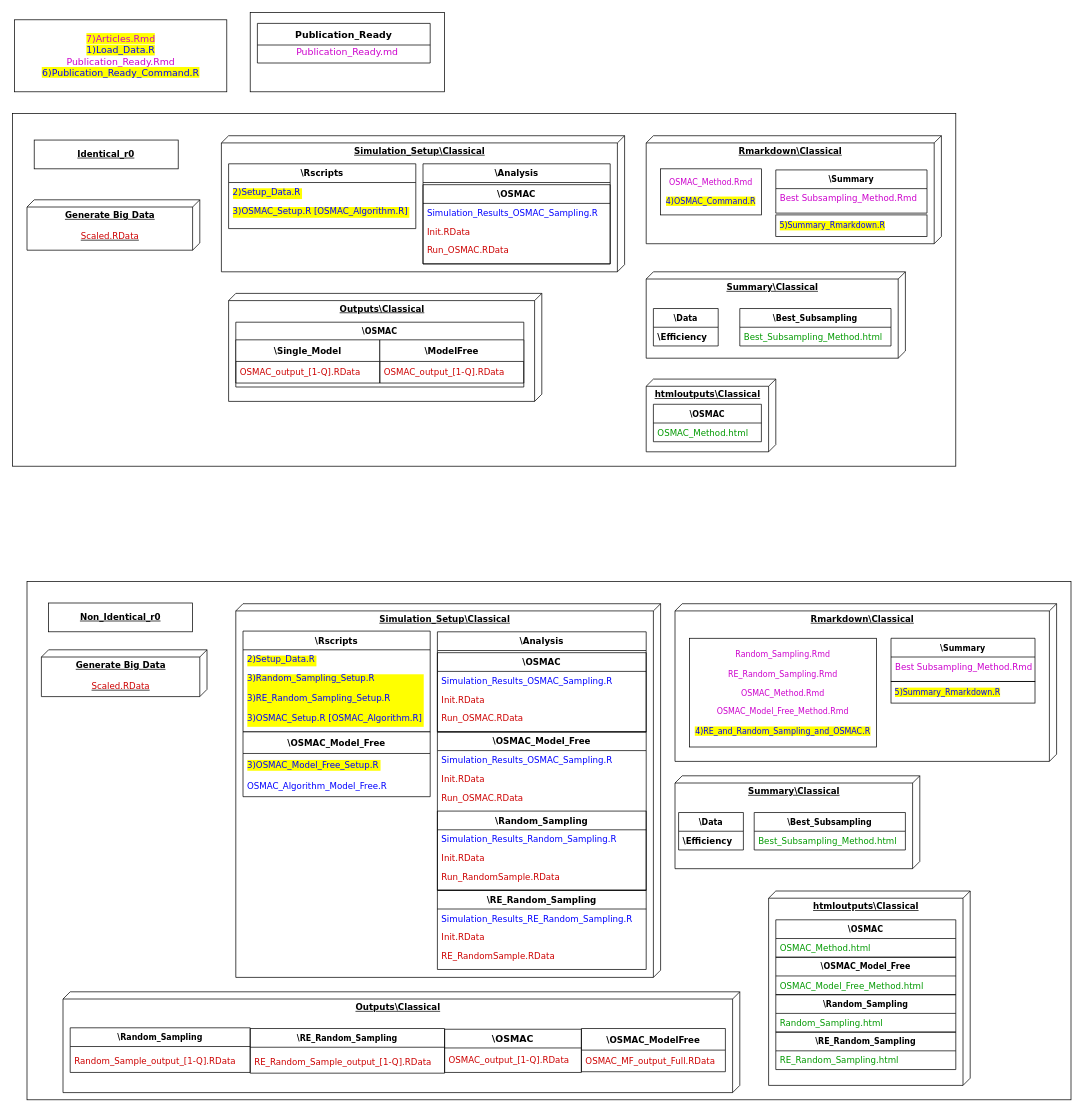
Earlier version of the draw.io diagram Images/Brief_FullDiagram.drawio (Amalan-ConStat/RM_AM_MF_LR_RWS_NYC_Taxi_Fare_2013_Full). Source tidied: cells renumbered, new cells numbered last; positions are measured from the earlier drawing's top-left corner, leaving out a move shared by most shapes. Both pictures are drawn from the tidied source at 72%, with x=0, y=0 at pixel (12, 12).
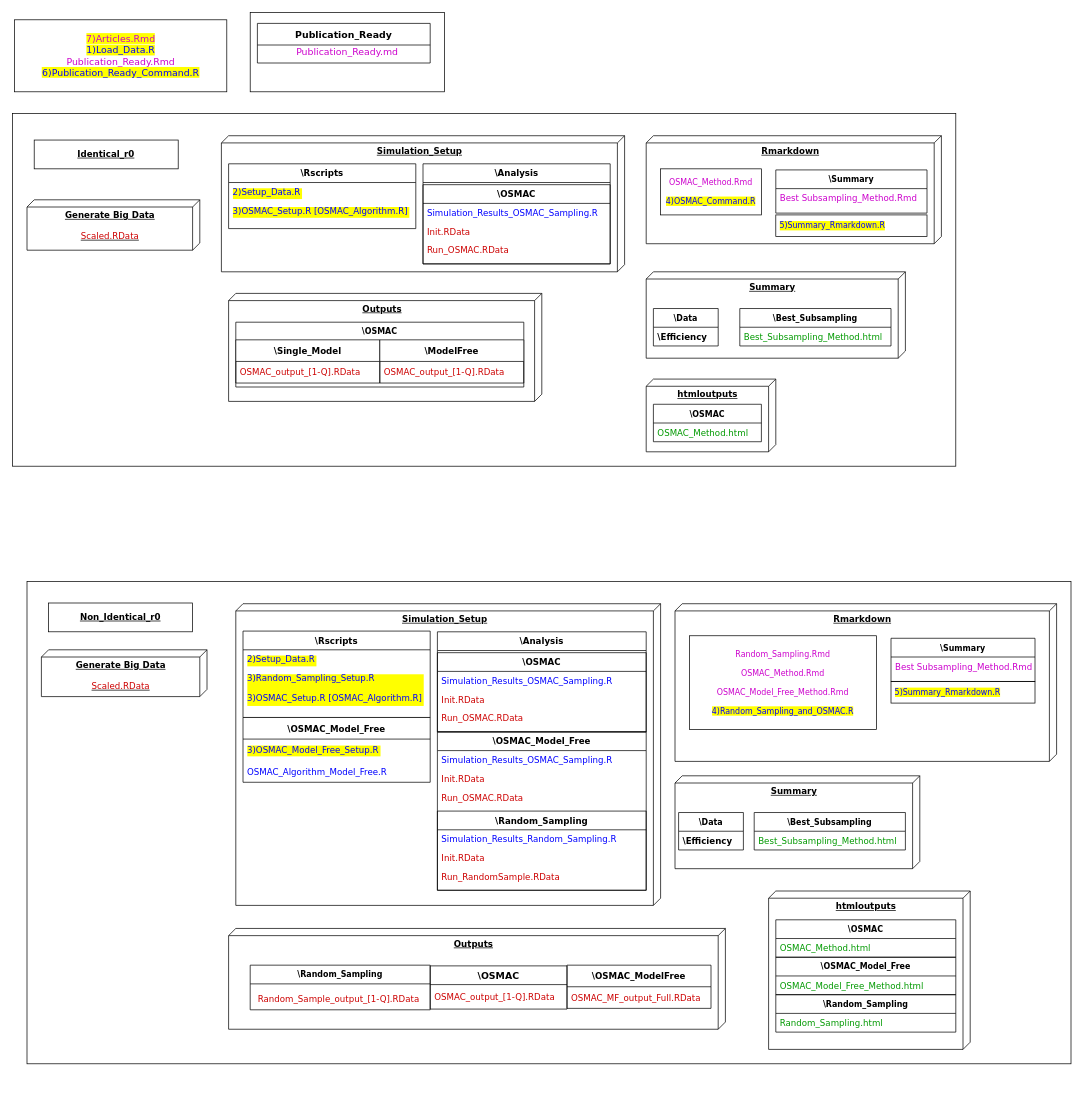
The same page after the edit.

The edit, as a diff of the source:
```diff
@@
     <mxCell id="3" style="rounded=0;whiteSpace=wrap;html=1;fontFamily=Verdana;fontSize=13;fontColor=#000000;" parent="1" vertex="1">
-      <mxGeometry x="20" y="790" width="1450" height="720" as="geometry" />
+      <mxGeometry x="20" y="790" width="1450" height="670" as="geometry" />
     </mxCell>
@@
-    <mxCell id="6" value="htmloutputs\Classical&lt;br&gt;&lt;br&gt;" style="verticalAlign=top;align=center;spacingTop=8;spacingLeft=2;spacingRight=12;shape=cube;size=10;direction=south;fontStyle=5;html=1;rounded=0;shadow=0;comic=0;labelBackgroundColor=none;strokeWidth=1;fontFamily=Verdana;fontSize=12;" parent="1" vertex="1">
+    <mxCell id="6" value="htmloutputs&lt;br&gt;&lt;br&gt;" style="verticalAlign=top;align=center;spacingTop=8;spacingLeft=2;spacingRight=12;shape=cube;size=10;direction=south;fontStyle=5;html=1;rounded=0;shadow=0;comic=0;labelBackgroundColor=none;strokeWidth=1;fontFamily=Verdana;fontSize=12;" parent="1" vertex="1">
       <mxGeometry x="880" y="509" width="180" height="101" as="geometry" />
     </mxCell>
-    <mxCell id="7" value="Outputs\Classical" style="verticalAlign=top;align=center;spacingTop=8;spacingLeft=2;spacingRight=12;shape=cube;size=10;direction=south;fontStyle=5;html=1;rounded=0;shadow=0;comic=0;labelBackgroundColor=none;strokeWidth=1;fontFamily=Verdana;fontSize=12;" parent="1" vertex="1">
+    <mxCell id="7" value="Outputs" style="verticalAlign=top;align=center;spacingTop=8;spacingLeft=2;spacingRight=12;shape=cube;size=10;direction=south;fontStyle=5;html=1;rounded=0;shadow=0;comic=0;labelBackgroundColor=none;strokeWidth=1;fontFamily=Verdana;fontSize=12;" parent="1" vertex="1">
       <mxGeometry x="300" y="390" width="435" height="150" as="geometry" />
     </mxCell>
-    <mxCell id="8" value="&lt;b&gt;Rmarkdown\Classical&lt;/b&gt;" style="verticalAlign=top;align=center;spacingTop=8;spacingLeft=2;spacingRight=12;shape=cube;size=10;direction=south;fontStyle=4;html=1;rounded=0;shadow=0;comic=0;labelBackgroundColor=none;strokeWidth=1;fontFamily=Verdana;fontSize=12;" parent="1" vertex="1">
+    <mxCell id="8" value="&lt;b&gt;Rmarkdown&lt;/b&gt;" style="verticalAlign=top;align=center;spacingTop=8;spacingLeft=2;spacingRight=12;shape=cube;size=10;direction=south;fontStyle=4;html=1;rounded=0;shadow=0;comic=0;labelBackgroundColor=none;strokeWidth=1;fontFamily=Verdana;fontSize=12;" parent="1" vertex="1">
       <mxGeometry x="880" y="171" width="410" height="150" as="geometry" />
     </mxCell>
-    <mxCell id="9" value="Simulation_Setup\Classical" style="verticalAlign=top;align=center;spacingTop=8;spacingLeft=2;spacingRight=12;shape=cube;size=10;direction=south;fontStyle=5;html=1;rounded=0;shadow=0;comic=0;labelBackgroundColor=none;strokeWidth=1;fontFamily=Verdana;fontSize=12;" parent="1" vertex="1">
+    <mxCell id="9" value="Simulation_Setup" style="verticalAlign=top;align=center;spacingTop=8;spacingLeft=2;spacingRight=12;shape=cube;size=10;direction=south;fontStyle=5;html=1;rounded=0;shadow=0;comic=0;labelBackgroundColor=none;strokeWidth=1;fontFamily=Verdana;fontSize=12;" parent="1" vertex="1">
       <mxGeometry x="290" y="171" width="560" height="189" as="geometry" />
     </mxCell>
-    <mxCell id="10" value="&lt;b&gt;Summary\Classical&lt;/b&gt;" style="verticalAlign=top;align=center;spacingTop=8;spacingLeft=2;spacingRight=12;shape=cube;size=10;direction=south;fontStyle=4;html=1;rounded=0;shadow=0;comic=0;labelBackgroundColor=none;strokeWidth=1;fontFamily=Verdana;fontSize=12;" parent="1" vertex="1">
+    <mxCell id="10" value="&lt;b&gt;Summary&lt;/b&gt;" style="verticalAlign=top;align=center;spacingTop=8;spacingLeft=2;spacingRight=12;shape=cube;size=10;direction=south;fontStyle=4;html=1;rounded=0;shadow=0;comic=0;labelBackgroundColor=none;strokeWidth=1;fontFamily=Verdana;fontSize=12;" parent="1" vertex="1">
       <mxGeometry x="880" y="360" width="360" height="120" as="geometry" />
     </mxCell>
@@
-    <mxCell id="34" value="htmloutputs\Classical&lt;br&gt;&lt;br&gt;" style="verticalAlign=top;align=center;spacingTop=8;spacingLeft=2;spacingRight=12;shape=cube;size=10;direction=south;fontStyle=5;html=1;rounded=0;shadow=0;comic=0;labelBackgroundColor=none;strokeWidth=1;fontFamily=Verdana;fontSize=12;" parent="1" vertex="1">
-      <mxGeometry x="1050" y="1220" width="280" height="270" as="geometry" />
+    <mxCell id="34" value="htmloutputs&lt;br&gt;" style="verticalAlign=top;align=center;spacingTop=8;spacingLeft=2;spacingRight=12;shape=cube;size=10;direction=south;fontStyle=5;html=1;rounded=0;shadow=0;comic=0;labelBackgroundColor=none;strokeWidth=1;fontFamily=Verdana;fontSize=12;" parent="1" vertex="1">
+      <mxGeometry x="1050" y="1220" width="280" height="220" as="geometry" />
     </mxCell>
-    <mxCell id="35" value="Outputs\Classical" style="verticalAlign=top;align=center;spacingTop=8;spacingLeft=2;spacingRight=12;shape=cube;size=10;direction=south;fontStyle=5;html=1;rounded=0;shadow=0;comic=0;labelBackgroundColor=none;strokeWidth=1;fontFamily=Verdana;fontSize=12;" parent="1" vertex="1">
-      <mxGeometry x="70" y="1360" width="940" height="140" as="geometry" />
+    <mxCell id="35" value="Outputs" style="verticalAlign=top;align=center;spacingTop=8;spacingLeft=2;spacingRight=12;shape=cube;size=10;direction=south;fontStyle=5;html=1;rounded=0;shadow=0;comic=0;labelBackgroundColor=none;strokeWidth=1;fontFamily=Verdana;fontSize=12;" parent="1" vertex="1">
+      <mxGeometry x="300" y="1272" width="690" height="140" as="geometry" />
     </mxCell>
-    <mxCell id="36" value="&lt;b&gt;Rmarkdown\Classical&lt;/b&gt;" style="verticalAlign=top;align=center;spacingTop=8;spacingLeft=2;spacingRight=12;shape=cube;size=10;direction=south;fontStyle=4;html=1;rounded=0;shadow=0;comic=0;labelBackgroundColor=none;strokeWidth=1;fontFamily=Verdana;fontSize=12;" parent="1" vertex="1">
+    <mxCell id="36" value="&lt;b&gt;Rmarkdown&lt;/b&gt;" style="verticalAlign=top;align=center;spacingTop=8;spacingLeft=2;spacingRight=12;shape=cube;size=10;direction=south;fontStyle=4;html=1;rounded=0;shadow=0;comic=0;labelBackgroundColor=none;strokeWidth=1;fontFamily=Verdana;fontSize=12;" parent="1" vertex="1">
       <mxGeometry x="920" y="821" width="530" height="219" as="geometry" />
     </mxCell>
-    <mxCell id="37" value="Simulation_Setup\Classical" style="verticalAlign=top;align=center;spacingTop=8;spacingLeft=2;spacingRight=12;shape=cube;size=10;direction=south;fontStyle=5;html=1;rounded=0;shadow=0;comic=0;labelBackgroundColor=none;strokeWidth=1;fontFamily=Verdana;fontSize=12;" parent="1" vertex="1">
-      <mxGeometry x="310" y="821" width="590" height="519" as="geometry" />
+    <mxCell id="37" value="Simulation_Setup" style="verticalAlign=top;align=center;spacingTop=8;spacingLeft=2;spacingRight=12;shape=cube;size=10;direction=south;fontStyle=5;html=1;rounded=0;shadow=0;comic=0;labelBackgroundColor=none;strokeWidth=1;fontFamily=Verdana;fontSize=12;" parent="1" vertex="1">
+      <mxGeometry x="310" y="821" width="590" height="419" as="geometry" />
     </mxCell>
-    <mxCell id="38" value="&lt;b&gt;Summary\Classical&lt;/b&gt;" style="verticalAlign=top;align=center;spacingTop=8;spacingLeft=2;spacingRight=12;shape=cube;size=10;direction=south;fontStyle=4;html=1;rounded=0;shadow=0;comic=0;labelBackgroundColor=none;strokeWidth=1;fontFamily=Verdana;fontSize=12;" parent="1" vertex="1">
+    <mxCell id="38" value="&lt;b&gt;Summary&lt;/b&gt;" style="verticalAlign=top;align=center;spacingTop=8;spacingLeft=2;spacingRight=12;shape=cube;size=10;direction=south;fontStyle=4;html=1;rounded=0;shadow=0;comic=0;labelBackgroundColor=none;strokeWidth=1;fontFamily=Verdana;fontSize=12;" parent="1" vertex="1">
       <mxGeometry x="920" y="1060" width="340" height="129" as="geometry" />
     </mxCell>
     <mxCell id="39" value="\Rscripts" style="swimlane;fontStyle=1;horizontal=1;startSize=26;fontFamily=Verdana;" parent="1" vertex="1">
-      <mxGeometry x="320" y="859" width="260" height="140" as="geometry" />
+      <mxGeometry x="320" y="859" width="260" height="120" as="geometry" />
     </mxCell>
@@
-    <mxCell id="41" value="3)Random_Sampling_Setup.R&#10;&#10;3)RE_Random_Sampling_Setup.R&#10;&#10;3)OSMAC_Setup.R [OSMAC_Algorithm.R]&#10;" style="text;strokeColor=none;fillColor=none;align=left;verticalAlign=top;spacingLeft=4;spacingRight=4;overflow=hidden;fontColor=#0000FF;fontFamily=Verdana;labelBackgroundColor=#FFFF00;" parent="39" vertex="1">
-      <mxGeometry y="52" width="260" height="88" as="geometry" />
+    <mxCell id="41" value="3)Random_Sampling_Setup.R&#10;&#10;3)OSMAC_Setup.R [OSMAC_Algorithm.R]&#10;" style="text;strokeColor=none;fillColor=none;align=left;verticalAlign=top;spacingLeft=4;spacingRight=4;overflow=hidden;fontColor=#0000FF;fontFamily=Verdana;labelBackgroundColor=#FFFF00;" parent="39" vertex="1">
+      <mxGeometry y="52" width="260" height="68" as="geometry" />
     </mxCell>
@@
-    <mxCell id="43" value="&lt;font color=&quot;#cc00cc&quot;&gt;Random_Sampling.Rmd&lt;br&gt;&lt;br&gt;&lt;/font&gt;&lt;span style=&quot;color: rgb(204 , 0 , 204)&quot;&gt;RE_Random_Sampling.Rmd&lt;/span&gt;&lt;font color=&quot;#cc00cc&quot;&gt;&lt;br&gt;&lt;br&gt;OSMAC_Method.Rmd&lt;br&gt;&lt;br&gt;OSMAC_Model_Free_Method.Rmd&lt;br&gt;&lt;/font&gt;&lt;br&gt;&lt;font style=&quot;background-color: rgb(255, 255, 0);&quot; color=&quot;#0000ff&quot;&gt;4)RE_and_Random_Sampling_and_OSMAC.R&lt;/font&gt;" style="whiteSpace=wrap;html=1;fontSize=11;fontColor=#000000;strokeColor=#000000;fillColor=none;align=center;fontFamily=Verdana;" parent="1" vertex="1">
-      <mxGeometry x="940" y="869" width="260" height="151" as="geometry" />
+    <mxCell id="43" value="&lt;font color=&quot;#cc00cc&quot;&gt;Random_Sampling.Rmd&lt;/font&gt;&lt;font color=&quot;#cc00cc&quot;&gt;&lt;br&gt;&lt;br&gt;OSMAC_Method.Rmd&lt;br&gt;&lt;br&gt;OSMAC_Model_Free_Method.Rmd&lt;br&gt;&lt;/font&gt;&lt;br&gt;&lt;font style=&quot;background-color: rgb(255, 255, 0);&quot; color=&quot;#0000ff&quot;&gt;4)Random_Sampling_and_OSMAC.R&lt;/font&gt;" style="whiteSpace=wrap;html=1;fontSize=11;fontColor=#000000;strokeColor=#000000;fillColor=none;align=center;fontFamily=Verdana;" parent="1" vertex="1">
+      <mxGeometry x="940" y="865.5" width="260" height="130" as="geometry" />
     </mxCell>
@@
     <mxCell id="56" value="\OSMAC_ModelFree" style="swimlane;fontStyle=1;horizontal=1;startSize=30;fontColor=#000000;fontFamily=Verdana;" parent="1" vertex="1">
-      <mxGeometry x="790" y="1411" width="200" height="60" as="geometry" />
+      <mxGeometry x="770" y="1323" width="200" height="60" as="geometry" />
     </mxCell>
@@
     <mxCell id="58" value="\OSMAC_Model_Free" style="swimlane;fontStyle=1;horizontal=1;startSize=30;fontColor=#000000;fontFamily=Verdana;" parent="1" vertex="1">
-      <mxGeometry x="320" y="999" width="260" height="90" as="geometry" />
+      <mxGeometry x="320" y="979" width="260" height="90" as="geometry" />
     </mxCell>
@@
-    <mxCell id="69" value="\RE_Random_Sampling" style="swimlane;fontStyle=1;horizontal=1;startSize=26;strokeColor=#000000;fillColor=none;fontFamily=Verdana;" parent="1" vertex="1">
-      <mxGeometry x="590" y="1219" width="290" height="110" as="geometry" />
-    </mxCell>
-    <mxCell id="70" value="Simulation_Results_RE_Random_Sampling.R" style="text;strokeColor=none;fillColor=none;align=left;verticalAlign=top;spacingLeft=4;spacingRight=4;overflow=hidden;fontColor=#0000FF;fontFamily=Verdana;" parent="69" vertex="1">
-      <mxGeometry y="26" width="290" height="26" as="geometry" />
-    </mxCell>
-    <mxCell id="71" value="Init.RData" style="text;strokeColor=none;fillColor=none;align=left;verticalAlign=top;spacingLeft=4;spacingRight=4;overflow=hidden;fontColor=#CC0000;fontFamily=Verdana;" parent="69" vertex="1">
-      <mxGeometry y="52" width="290" height="26" as="geometry" />
-    </mxCell>
-    <mxCell id="72" value="RE_RandomSample.RData" style="text;strokeColor=none;fillColor=none;align=left;verticalAlign=top;spacingLeft=4;spacingRight=4;overflow=hidden;fontColor=#CC0000;fontFamily=Verdana;" parent="69" vertex="1">
-      <mxGeometry y="78" width="290" height="32" as="geometry" />
-    </mxCell>
     <mxCell id="73" value="\Random_Sampling" style="swimlane;fontStyle=1;horizontal=1;startSize=26;fontSize=11;strokeColor=#000000;fillColor=none;align=center;html=0;fontFamily=Verdana;" parent="1" vertex="1">
-      <mxGeometry x="80" y="1410" width="250" height="62" as="geometry" />
+      <mxGeometry x="330" y="1323" width="250" height="62" as="geometry" />
     </mxCell>
     <mxCell id="74" value="\OSMAC" style="swimlane;fontStyle=1;horizontal=1;startSize=26;fontSize=13;strokeColor=#000000;fillColor=none;align=center;html=0;fontFamily=Verdana;" parent="1" vertex="1">
-      <mxGeometry x="600" y="1412" width="190" height="60" as="geometry" />
+      <mxGeometry x="580" y="1324" width="190" height="60" as="geometry" />
     </mxCell>
@@
-    <mxCell id="80" value="\RE_Random_Sampling" style="swimlane;fontStyle=1;horizontal=1;startSize=26;fontSize=11;strokeColor=#000000;fillColor=none;align=center;html=0;fontFamily=Verdana;" parent="1" vertex="1">
-      <mxGeometry x="1060" y="1416" width="250" height="52" as="geometry" />
-    </mxCell>
-    <mxCell id="81" value="RE_Random_Sampling.html" style="text;strokeColor=none;fillColor=none;align=left;verticalAlign=top;spacingLeft=4;spacingRight=4;overflow=hidden;fontColor=#009900;fontFamily=Verdana;" parent="80" vertex="1">
-      <mxGeometry y="26" width="250" height="26" as="geometry" />
-    </mxCell>
@@
     <mxCell id="86" value="Random_Sample_output_[1-Q].RData" style="text;strokeColor=none;fillColor=none;align=left;verticalAlign=middle;spacingLeft=4;spacingRight=4;overflow=hidden;fontColor=#CC0000;fontFamily=Verdana;" parent="1" vertex="1">
-      <mxGeometry x="80" y="1441" width="240" height="30" as="geometry" />
+      <mxGeometry x="335" y="1354" width="240" height="30" as="geometry" />
     </mxCell>
-    <mxCell id="87" value="\RE_Random_Sampling" style="swimlane;fontStyle=1;horizontal=1;startSize=26;fontSize=11;strokeColor=#000000;fillColor=none;align=center;html=0;fontFamily=Verdana;" parent="1" vertex="1">
-      <mxGeometry x="330" y="1411" width="270" height="62" as="geometry" />
-    </mxCell>
-    <mxCell id="88" value="RE_Random_Sample_output_[1-Q].RData" style="text;strokeColor=none;fillColor=none;align=left;verticalAlign=middle;spacingLeft=4;spacingRight=4;overflow=hidden;fontColor=#CC0000;fontFamily=Verdana;" parent="1" vertex="1">
-      <mxGeometry x="330" y="1442" width="270" height="30" as="geometry" />
-    </mxCell>
```
